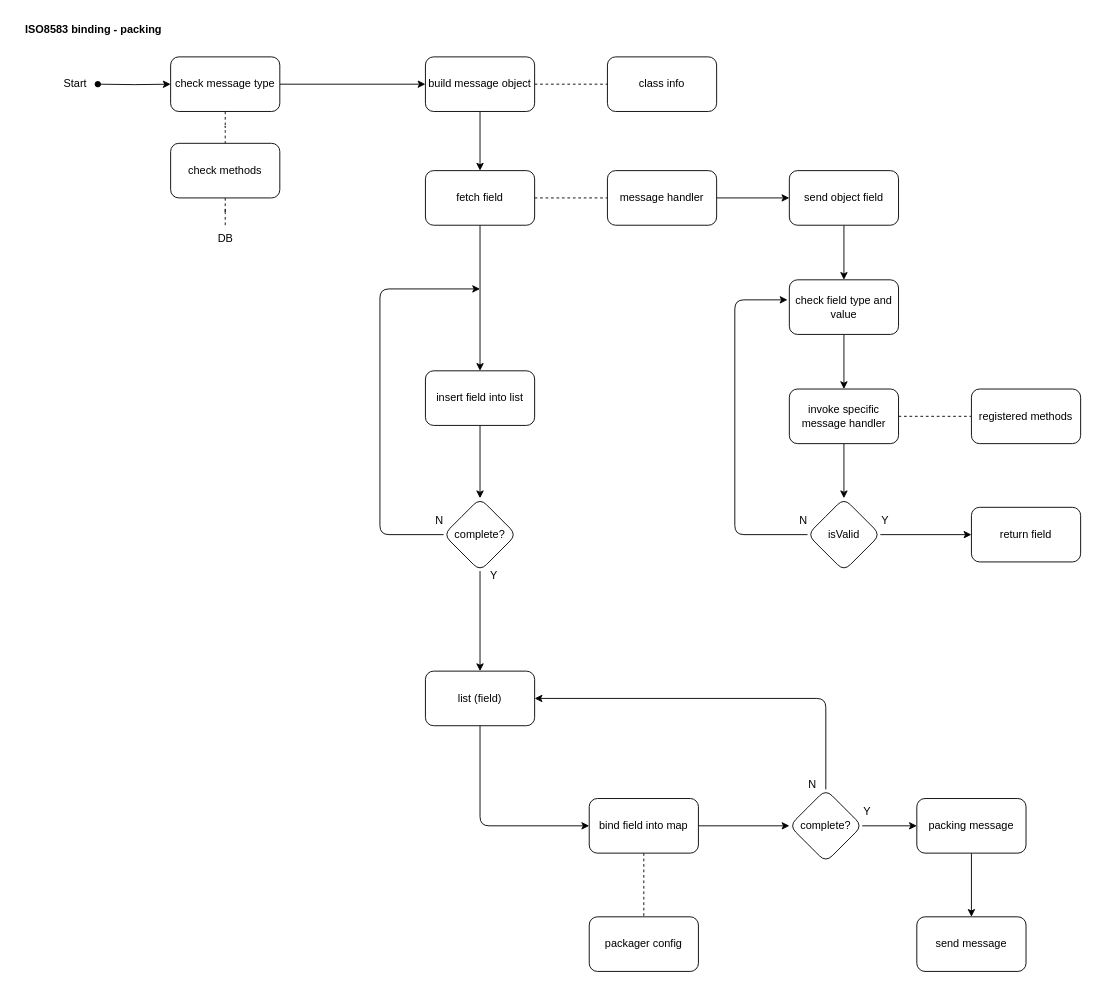
This is page "Page-4" (4 of 4) of ISO8583 binding-packing.drawio from PramudiaPutra/diagrams, a draw.io file, before an edit. Source tidied: cells renumbered, new cells numbered last; positions are measured from the earlier drawing's top-left corner, leaving out a move shared by most shapes. Both pictures are drawn from the tidied source at 91%, with x=0, y=0 at pixel (15, 15).
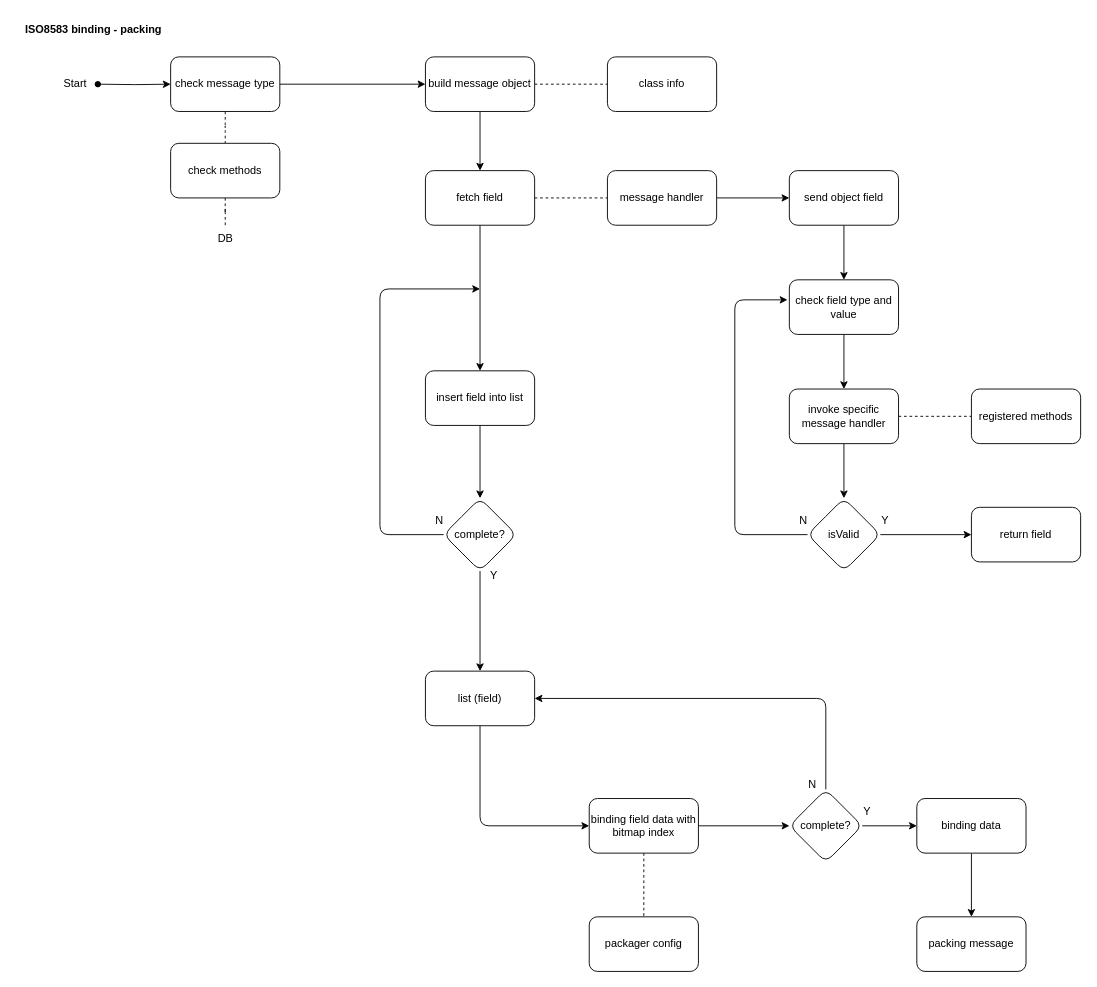
The same page after the edit.

Diff of the diagram source:
```diff
@@
-    <mxCell id="22" value="bind field into map" style="whiteSpace=wrap;html=1;rounded=1;" parent="1" vertex="1">
+    <mxCell id="22" value="binding field data with bitmap index" style="whiteSpace=wrap;html=1;rounded=1;" parent="1" vertex="1">
       <mxGeometry x="630" y="860" width="120" height="60" as="geometry" />
     </mxCell>
@@
-    <mxCell id="28" value="packing message" style="whiteSpace=wrap;html=1;rounded=1;" parent="1" vertex="1">
+    <mxCell id="28" value="binding data" style="whiteSpace=wrap;html=1;rounded=1;" parent="1" vertex="1">
       <mxGeometry x="990" y="860" width="120" height="60" as="geometry" />
     </mxCell>
@@
-    <mxCell id="55" value="send message" style="whiteSpace=wrap;html=1;rounded=1;" parent="1" vertex="1">
+    <mxCell id="55" value="packing message" style="whiteSpace=wrap;html=1;rounded=1;" parent="1" vertex="1">
       <mxGeometry x="990" y="990" width="120" height="60" as="geometry" />
     </mxCell>
```
